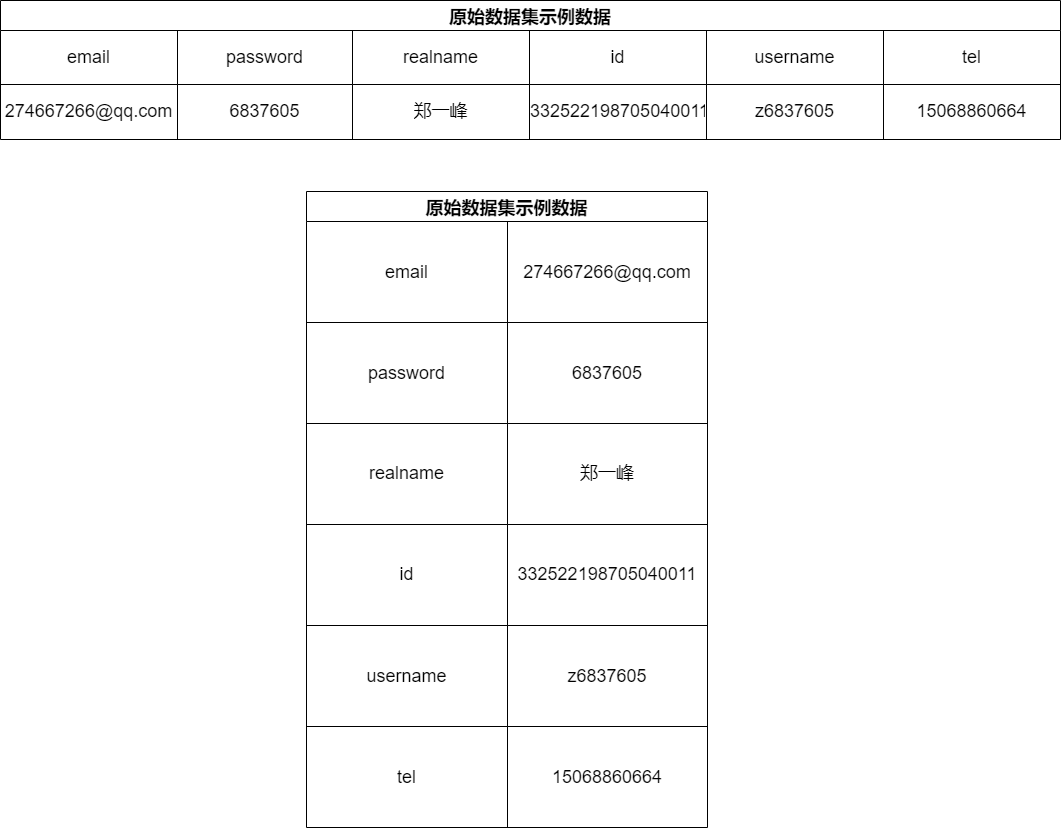
This is dataChange.drawio.png from lakomi/pictures, a draw.io export, as it was before one commit. Source tidied: cells renumbered, new cells last; positions are measured from the earlier drawing's top-left corner, leaving out a move shared by most shapes.
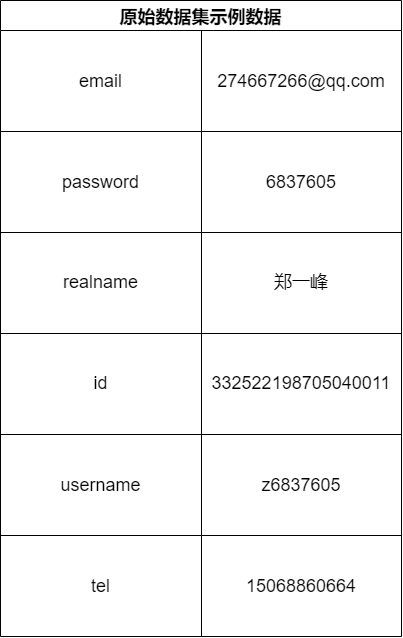
Later version of the same file.

What changed in the source:
```diff
@@ -2,51 +2,6 @@
   <root>
     <mxCell id="0" />
     <mxCell id="1" parent="0" />
-    <mxCell id="2" value="原始数据集示例数据" style="shape=table;startSize=30;fontStyle=1;align=center;fontSize=18;" parent="1" vertex="1">
-      <mxGeometry width="1060" height="139" as="geometry" />
-    </mxCell>
-    <mxCell id="3" style="shape=tableRow;horizontal=0;startSize=0;swimlaneHead=0;swimlaneBody=0;top=0;left=0;bottom=0;right=0;fillColor=none;fontSize=18;" parent="2" vertex="1">
-      <mxGeometry y="30" width="1060" height="54" as="geometry" />
-    </mxCell>
-    <mxCell id="4" value="email" style="shape=partialRectangle;html=1;whiteSpace=wrap;fillColor=none;top=0;left=0;bottom=0;right=0;overflow=hidden;fontSize=18;" parent="3" vertex="1">
-      <mxGeometry width="177" height="54" as="geometry" />
-    </mxCell>
-    <mxCell id="5" value="password" style="shape=partialRectangle;html=1;whiteSpace=wrap;fillColor=none;top=0;left=0;bottom=0;right=0;overflow=hidden;fontSize=18;" parent="3" vertex="1">
-      <mxGeometry x="177" width="175" height="54" as="geometry" />
-    </mxCell>
-    <mxCell id="6" value="realname" style="shape=partialRectangle;html=1;whiteSpace=wrap;fillColor=none;top=0;left=0;bottom=0;right=0;overflow=hidden;fontSize=18;" parent="3" vertex="1">
-      <mxGeometry x="352" width="177" height="54" as="geometry" />
-    </mxCell>
-    <mxCell id="7" value="id" style="shape=partialRectangle;html=1;whiteSpace=wrap;fillColor=none;top=0;left=0;bottom=0;right=0;overflow=hidden;fontSize=18;" parent="3" vertex="1">
-      <mxGeometry x="529" width="177" height="54" as="geometry" />
-    </mxCell>
-    <mxCell id="8" value="username" style="shape=partialRectangle;html=1;whiteSpace=wrap;fillColor=none;top=0;left=0;bottom=0;right=0;overflow=hidden;fontSize=18;" parent="3" vertex="1">
-      <mxGeometry x="706" width="177" height="54" as="geometry" />
-    </mxCell>
-    <mxCell id="9" value="tel" style="shape=partialRectangle;html=1;whiteSpace=wrap;fillColor=none;top=0;left=0;bottom=0;right=0;overflow=hidden;fontSize=18;" parent="3" vertex="1">
-      <mxGeometry x="883" width="177" height="54" as="geometry" />
-    </mxCell>
-    <mxCell id="10" style="shape=tableRow;horizontal=0;startSize=0;swimlaneHead=0;swimlaneBody=0;top=0;left=0;bottom=0;right=0;fillColor=none;fontSize=18;" parent="2" vertex="1">
-      <mxGeometry y="84" width="1060" height="55" as="geometry" />
-    </mxCell>
-    <mxCell id="11" value="274667266@qq.com" style="shape=partialRectangle;html=1;whiteSpace=wrap;fillColor=none;top=0;left=0;bottom=0;right=0;overflow=hidden;fontSize=18;" parent="10" vertex="1">
-      <mxGeometry width="177" height="55" as="geometry" />
-    </mxCell>
-    <mxCell id="12" value="6837605" style="shape=partialRectangle;html=1;whiteSpace=wrap;fillColor=none;top=0;left=0;bottom=0;right=0;overflow=hidden;fontSize=18;" parent="10" vertex="1">
-      <mxGeometry x="177" width="175" height="55" as="geometry" />
-    </mxCell>
-    <mxCell id="13" value="郑一峰" style="shape=partialRectangle;html=1;whiteSpace=wrap;fillColor=none;top=0;left=0;bottom=0;right=0;overflow=hidden;fontSize=18;" parent="10" vertex="1">
-      <mxGeometry x="352" width="177" height="55" as="geometry" />
-    </mxCell>
-    <mxCell id="14" value="332522198705040011" style="shape=partialRectangle;html=1;whiteSpace=wrap;fillColor=none;top=0;left=0;bottom=0;right=0;overflow=hidden;fontSize=18;" parent="10" vertex="1">
-      <mxGeometry x="529" width="177" height="55" as="geometry" />
-    </mxCell>
-    <mxCell id="15" value="z6837605" style="shape=partialRectangle;html=1;whiteSpace=wrap;fillColor=none;top=0;left=0;bottom=0;right=0;overflow=hidden;fontSize=18;" parent="10" vertex="1">
-      <mxGeometry x="706" width="177" height="55" as="geometry" />
-    </mxCell>
-    <mxCell id="16" value="15068860664" style="shape=partialRectangle;html=1;whiteSpace=wrap;fillColor=none;top=0;left=0;bottom=0;right=0;overflow=hidden;fontSize=18;" parent="10" vertex="1">
-      <mxGeometry x="883" width="177" height="55" as="geometry" />
-    </mxCell>
     <mxCell id="17" value="原始数据集示例数据" style="shape=table;startSize=30;fontStyle=1;align=center;fontSize=18;" parent="1" vertex="1">
       <mxGeometry x="306" y="191" width="401" height="636" as="geometry" />
     </mxCell>
```
